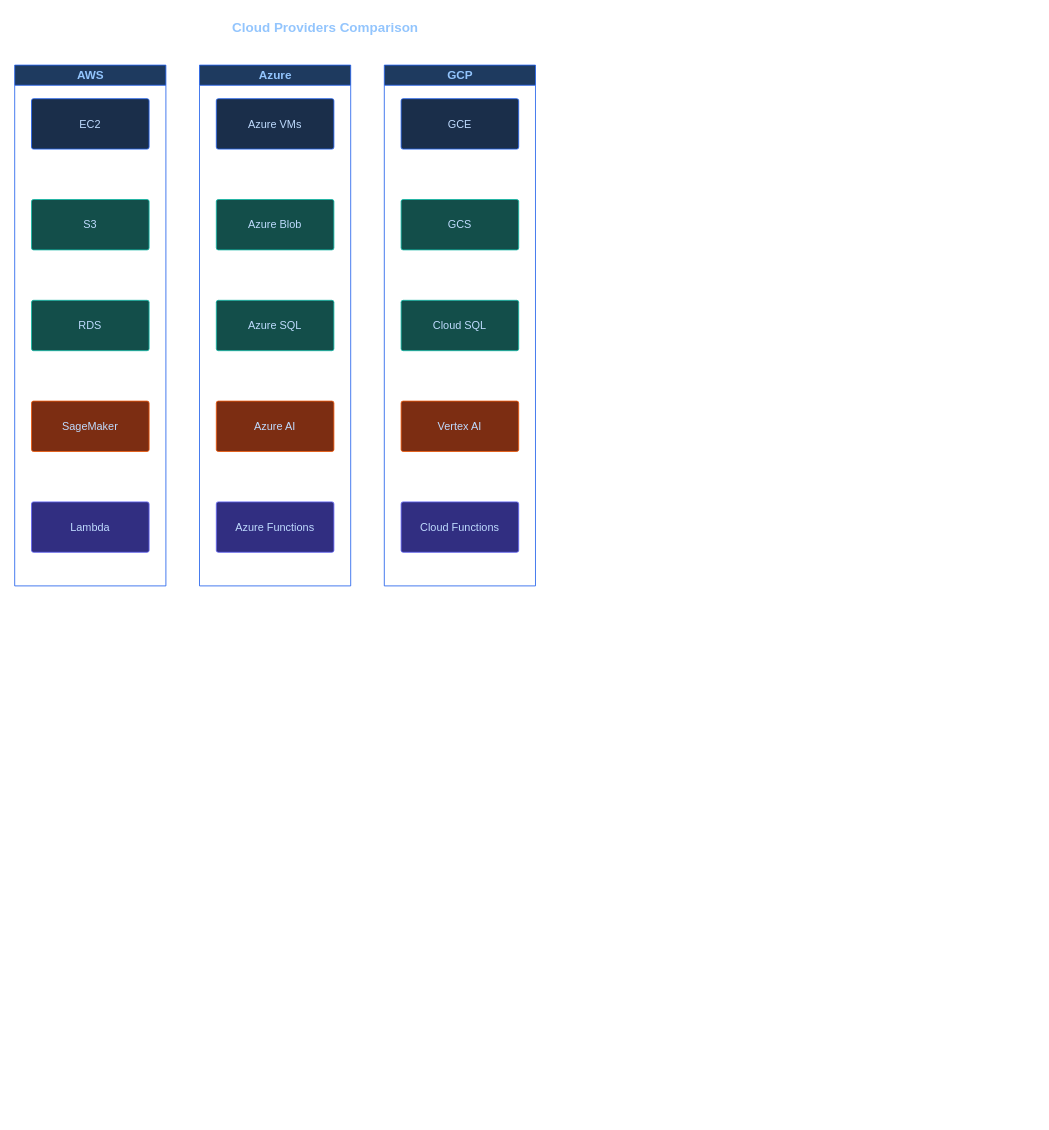
Before: examples/blueprint-provider-compare.drawio in Ikaros12643/drawio-enhanced, a draw.io diagram. Source tidied: cells renumbered, new cells numbered last; positions are measured from the earlier drawing's top-left corner, leaving out a move shared by most shapes. Both pictures are drawn from the tidied source at 84%, with x=0, y=0 at pixel (14, 14).
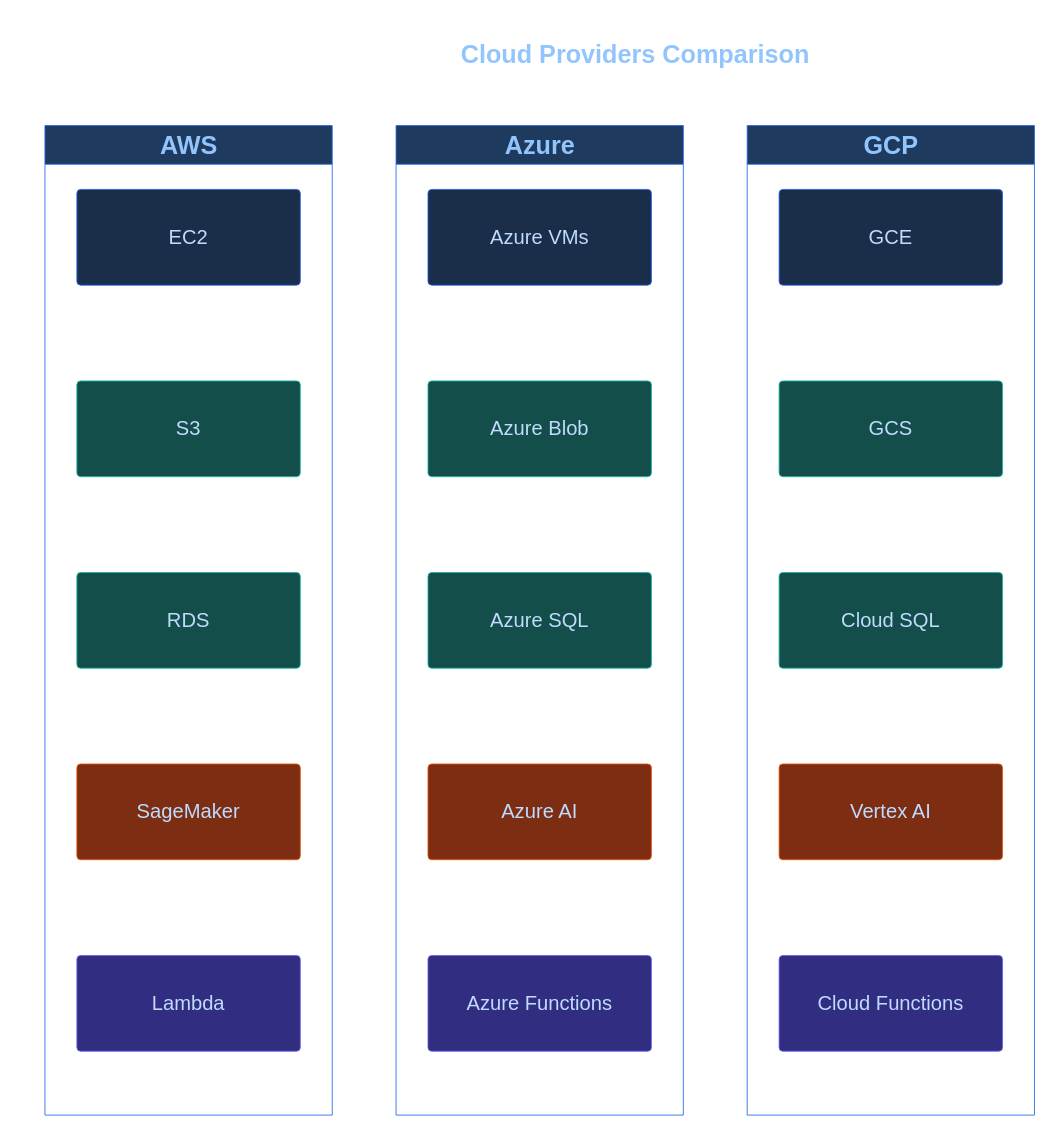
Above is the later version.

Diff of the diagram source:
```diff
@@
-    <mxCell id="2" value="&lt;b&gt;Cloud Providers Comparison&lt;/b&gt;" style="text;html=1;strokeColor=none;fillColor=none;align=center;verticalAlign=middle;whiteSpace=wrap;rounded=0;fontSize=16;fontColor=#93c5fd;" parent="1" vertex="1">
-      <mxGeometry x="220" width="300" height="30" as="geometry" />
+    <mxCell id="2" value="&lt;b&gt;Cloud Providers Comparison&lt;/b&gt;" style="text;html=1;strokeColor=none;fillColor=none;align=center;verticalAlign=middle;whiteSpace=wrap;rounded=0;fontSize=30;fontColor=#93c5fd;" parent="1" vertex="1">
+      <mxGeometry x="454" y="18" width="570" height="57" as="geometry" />
     </mxCell>
-    <mxCell id="3" value="AWS" style="swimlane;startSize=24;rounded=0;strokeWidth=1;strokeDashPattern=6 3;html=1;fontColor=#93c5fd;fillColor=#1e3a5f;strokeColor=#2563eb;fontStyle=1;fontSize=14;" parent="1" vertex="1">
-      <mxGeometry y="60" width="180" height="620" as="geometry" />
+    <mxCell id="3" value="AWS" style="swimlane;startSize=46;rounded=0;strokeWidth=1;strokeDashPattern=6 3;html=1;fontColor=#93c5fd;fillColor=#1e3a5f;strokeColor=#2563eb;fontStyle=1;fontSize=30;" parent="1" vertex="1">
+      <mxGeometry x="36" y="132" width="342" height="1178" as="geometry" />
     </mxCell>
-    <mxCell id="4" value="Azure" style="swimlane;startSize=24;rounded=0;strokeWidth=1;strokeDashPattern=6 3;html=1;fontColor=#93c5fd;fillColor=#1e3a5f;strokeColor=#2563eb;fontStyle=1;fontSize=14;" parent="1" vertex="1">
-      <mxGeometry x="220" y="60" width="180" height="620" as="geometry" />
+    <mxCell id="4" value="Azure" style="swimlane;startSize=46;rounded=0;strokeWidth=1;strokeDashPattern=6 3;html=1;fontColor=#93c5fd;fillColor=#1e3a5f;strokeColor=#2563eb;fontStyle=1;fontSize=30;" parent="1" vertex="1">
+      <mxGeometry x="454" y="132" width="342" height="1178" as="geometry" />
     </mxCell>
-    <mxCell id="5" value="GCP" style="swimlane;startSize=24;rounded=0;strokeWidth=1;strokeDashPattern=6 3;html=1;fontColor=#93c5fd;fillColor=#1e3a5f;strokeColor=#2563eb;fontStyle=1;fontSize=14;" parent="1" vertex="1">
-      <mxGeometry x="440" y="60" width="180" height="620" as="geometry" />
+    <mxCell id="5" value="GCP" style="swimlane;startSize=46;rounded=0;strokeWidth=1;strokeDashPattern=6 3;html=1;fontColor=#93c5fd;fillColor=#1e3a5f;strokeColor=#2563eb;fontStyle=1;fontSize=30;" parent="1" vertex="1">
+      <mxGeometry x="872" y="132" width="342" height="1178" as="geometry" />
     </mxCell>
-    <mxCell id="6" value="EC2" style="rounded=1;whiteSpace=wrap;html=1;arcSize=4;strokeWidth=1;fontSize=13;fontColor=#bfdbfe;fillColor=#1a2e4a;strokeColor=#2563eb;" parent="3" vertex="1">
-      <mxGeometry x="20" y="40" width="140" height="60" as="geometry" />
+    <mxCell id="6" value="EC2" style="rounded=1;whiteSpace=wrap;html=1;arcSize=4;strokeWidth=1;fontSize=24;fontColor=#bfdbfe;fillColor=#1a2e4a;strokeColor=#2563eb;" parent="3" vertex="1">
+      <mxGeometry x="38" y="76" width="266" height="114" as="geometry" />
     </mxCell>
-    <mxCell id="7" value="S3" style="rounded=1;whiteSpace=wrap;html=1;arcSize=4;strokeWidth=1;fontSize=13;fontColor=#bfdbfe;fillColor=#134e4a;strokeColor=#14b8a6;" parent="3" vertex="1">
-      <mxGeometry x="20" y="160" width="140" height="60" as="geometry" />
+    <mxCell id="7" value="S3" style="rounded=1;whiteSpace=wrap;html=1;arcSize=4;strokeWidth=1;fontSize=24;fontColor=#bfdbfe;fillColor=#134e4a;strokeColor=#14b8a6;" parent="3" vertex="1">
+      <mxGeometry x="38" y="304" width="266" height="114" as="geometry" />
     </mxCell>
-    <mxCell id="8" value="RDS" style="rounded=1;whiteSpace=wrap;html=1;arcSize=4;strokeWidth=1;fontSize=13;fontColor=#bfdbfe;fillColor=#134e4a;strokeColor=#14b8a6;" parent="3" vertex="1">
-      <mxGeometry x="20" y="280" width="140" height="60" as="geometry" />
+    <mxCell id="8" value="RDS" style="rounded=1;whiteSpace=wrap;html=1;arcSize=4;strokeWidth=1;fontSize=24;fontColor=#bfdbfe;fillColor=#134e4a;strokeColor=#14b8a6;" parent="3" vertex="1">
+      <mxGeometry x="38" y="532" width="266" height="114" as="geometry" />
     </mxCell>
-    <mxCell id="9" value="SageMaker" style="rounded=1;whiteSpace=wrap;html=1;arcSize=4;strokeWidth=1;fontSize=13;fontColor=#bfdbfe;fillColor=#7c2d12;strokeColor=#ea580c;" parent="3" vertex="1">
-      <mxGeometry x="20" y="400" width="140" height="60" as="geometry" />
+    <mxCell id="9" value="SageMaker" style="rounded=1;whiteSpace=wrap;html=1;arcSize=4;strokeWidth=1;fontSize=24;fontColor=#bfdbfe;fillColor=#7c2d12;strokeColor=#ea580c;" parent="3" vertex="1">
+      <mxGeometry x="38" y="760" width="266" height="114" as="geometry" />
     </mxCell>
-    <mxCell id="10" value="Lambda" style="rounded=1;whiteSpace=wrap;html=1;arcSize=4;strokeWidth=1;fontSize=13;fontColor=#bfdbfe;fillColor=#312e81;strokeColor=#6366f1;" parent="3" vertex="1">
-      <mxGeometry x="20" y="520" width="140" height="60" as="geometry" />
+    <mxCell id="10" value="Lambda" style="rounded=1;whiteSpace=wrap;html=1;arcSize=4;strokeWidth=1;fontSize=24;fontColor=#bfdbfe;fillColor=#312e81;strokeColor=#6366f1;" parent="3" vertex="1">
+      <mxGeometry x="38" y="988" width="266" height="114" as="geometry" />
     </mxCell>
-    <mxCell id="11" value="Azure VMs" style="rounded=1;whiteSpace=wrap;html=1;arcSize=4;strokeWidth=1;fontSize=13;fontColor=#bfdbfe;fillColor=#1a2e4a;strokeColor=#2563eb;" parent="4" vertex="1">
-      <mxGeometry x="20" y="40" width="140" height="60" as="geometry" />
+    <mxCell id="11" value="Azure VMs" style="rounded=1;whiteSpace=wrap;html=1;arcSize=4;strokeWidth=1;fontSize=24;fontColor=#bfdbfe;fillColor=#1a2e4a;strokeColor=#2563eb;" parent="4" vertex="1">
+      <mxGeometry x="38" y="76" width="266" height="114" as="geometry" />
     </mxCell>
-    <mxCell id="12" value="Azure Blob" style="rounded=1;whiteSpace=wrap;html=1;arcSize=4;strokeWidth=1;fontSize=13;fontColor=#bfdbfe;fillColor=#134e4a;strokeColor=#14b8a6;" parent="4" vertex="1">
-      <mxGeometry x="20" y="160" width="140" height="60" as="geometry" />
+    <mxCell id="12" value="Azure Blob" style="rounded=1;whiteSpace=wrap;html=1;arcSize=4;strokeWidth=1;fontSize=24;fontColor=#bfdbfe;fillColor=#134e4a;strokeColor=#14b8a6;" parent="4" vertex="1">
+      <mxGeometry x="38" y="304" width="266" height="114" as="geometry" />
     </mxCell>
-    <mxCell id="13" value="Azure SQL" style="rounded=1;whiteSpace=wrap;html=1;arcSize=4;strokeWidth=1;fontSize=13;fontColor=#bfdbfe;fillColor=#134e4a;strokeColor=#14b8a6;" parent="4" vertex="1">
-      <mxGeometry x="20" y="280" width="140" height="60" as="geometry" />
+    <mxCell id="13" value="Azure SQL" style="rounded=1;whiteSpace=wrap;html=1;arcSize=4;strokeWidth=1;fontSize=24;fontColor=#bfdbfe;fillColor=#134e4a;strokeColor=#14b8a6;" parent="4" vertex="1">
+      <mxGeometry x="38" y="532" width="266" height="114" as="geometry" />
     </mxCell>
-    <mxCell id="14" value="Azure AI" style="rounded=1;whiteSpace=wrap;html=1;arcSize=4;strokeWidth=1;fontSize=13;fontColor=#bfdbfe;fillColor=#7c2d12;strokeColor=#ea580c;" parent="4" vertex="1">
-      <mxGeometry x="20" y="400" width="140" height="60" as="geometry" />
+    <mxCell id="14" value="Azure AI" style="rounded=1;whiteSpace=wrap;html=1;arcSize=4;strokeWidth=1;fontSize=24;fontColor=#bfdbfe;fillColor=#7c2d12;strokeColor=#ea580c;" parent="4" vertex="1">
+      <mxGeometry x="38" y="760" width="266" height="114" as="geometry" />
     </mxCell>
-    <mxCell id="15" value="Azure Functions" style="rounded=1;whiteSpace=wrap;html=1;arcSize=4;strokeWidth=1;fontSize=13;fontColor=#bfdbfe;fillColor=#312e81;strokeColor=#6366f1;" parent="4" vertex="1">
-      <mxGeometry x="20" y="520" width="140" height="60" as="geometry" />
+    <mxCell id="15" value="Azure Functions" style="rounded=1;whiteSpace=wrap;html=1;arcSize=4;strokeWidth=1;fontSize=24;fontColor=#bfdbfe;fillColor=#312e81;strokeColor=#6366f1;" parent="4" vertex="1">
+      <mxGeometry x="38" y="988" width="266" height="114" as="geometry" />
     </mxCell>
-    <mxCell id="16" value="GCE" style="rounded=1;whiteSpace=wrap;html=1;arcSize=4;strokeWidth=1;fontSize=13;fontColor=#bfdbfe;fillColor=#1a2e4a;strokeColor=#2563eb;" parent="5" vertex="1">
-      <mxGeometry x="20" y="40" width="140" height="60" as="geometry" />
+    <mxCell id="16" value="GCE" style="rounded=1;whiteSpace=wrap;html=1;arcSize=4;strokeWidth=1;fontSize=24;fontColor=#bfdbfe;fillColor=#1a2e4a;strokeColor=#2563eb;" parent="5" vertex="1">
+      <mxGeometry x="38" y="76" width="266" height="114" as="geometry" />
     </mxCell>
-    <mxCell id="17" value="GCS" style="rounded=1;whiteSpace=wrap;html=1;arcSize=4;strokeWidth=1;fontSize=13;fontColor=#bfdbfe;fillColor=#134e4a;strokeColor=#14b8a6;" parent="5" vertex="1">
-      <mxGeometry x="20" y="160" width="140" height="60" as="geometry" />
+    <mxCell id="17" value="GCS" style="rounded=1;whiteSpace=wrap;html=1;arcSize=4;strokeWidth=1;fontSize=24;fontColor=#bfdbfe;fillColor=#134e4a;strokeColor=#14b8a6;" parent="5" vertex="1">
+      <mxGeometry x="38" y="304" width="266" height="114" as="geometry" />
     </mxCell>
-    <mxCell id="18" value="Cloud SQL" style="rounded=1;whiteSpace=wrap;html=1;arcSize=4;strokeWidth=1;fontSize=13;fontColor=#bfdbfe;fillColor=#134e4a;strokeColor=#14b8a6;" parent="5" vertex="1">
-      <mxGeometry x="20" y="280" width="140" height="60" as="geometry" />
+    <mxCell id="18" value="Cloud SQL" style="rounded=1;whiteSpace=wrap;html=1;arcSize=4;strokeWidth=1;fontSize=24;fontColor=#bfdbfe;fillColor=#134e4a;strokeColor=#14b8a6;" parent="5" vertex="1">
+      <mxGeometry x="38" y="532" width="266" height="114" as="geometry" />
     </mxCell>
-    <mxCell id="19" value="Vertex AI" style="rounded=1;whiteSpace=wrap;html=1;arcSize=4;strokeWidth=1;fontSize=13;fontColor=#bfdbfe;fillColor=#7c2d12;strokeColor=#ea580c;" parent="5" vertex="1">
-      <mxGeometry x="20" y="400" width="140" height="60" as="geometry" />
+    <mxCell id="19" value="Vertex AI" style="rounded=1;whiteSpace=wrap;html=1;arcSize=4;strokeWidth=1;fontSize=24;fontColor=#bfdbfe;fillColor=#7c2d12;strokeColor=#ea580c;" parent="5" vertex="1">
+      <mxGeometry x="38" y="760" width="266" height="114" as="geometry" />
     </mxCell>
-    <mxCell id="20" value="Cloud Functions" style="rounded=1;whiteSpace=wrap;html=1;arcSize=4;strokeWidth=1;fontSize=13;fontColor=#bfdbfe;fillColor=#312e81;strokeColor=#6366f1;" parent="5" vertex="1">
-      <mxGeometry x="20" y="520" width="140" height="60" as="geometry" />
+    <mxCell id="20" value="Cloud Functions" style="rounded=1;whiteSpace=wrap;html=1;arcSize=4;strokeWidth=1;fontSize=24;fontColor=#bfdbfe;fillColor=#312e81;strokeColor=#6366f1;" parent="5" vertex="1">
+      <mxGeometry x="38" y="988" width="266" height="114" as="geometry" />
     </mxCell>
```
